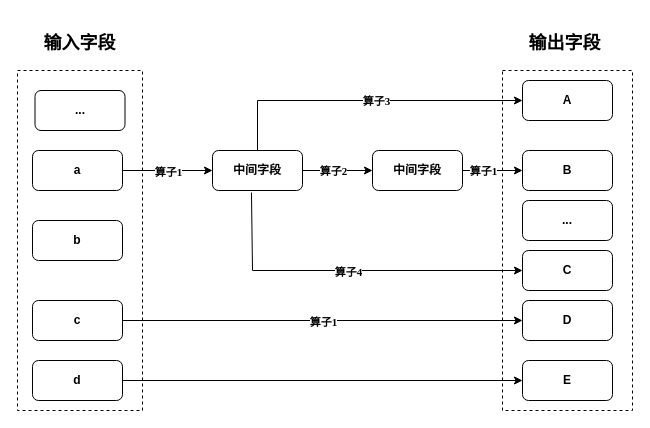
Before: 算子优化.drawio in mineminemine123/work-wiki, a draw.io diagram. Source tidied: cells renumbered, new cells numbered last; positions are measured from the earlier drawing's top-left corner, leaving out a move shared by most shapes. Both pictures are drawn from the tidied source at 100%, with x=0, y=0 at pixel (17, 30).
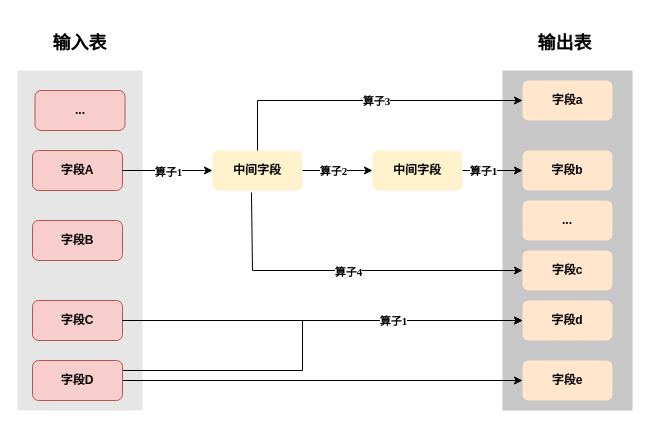
After the change.

Commit message:
更新算子优化.drawio

The change refers to these unchanged cells:
```xml
<mxCell id="26" style="endArrow=classic;html=1;rounded=0;fontFamily=Times New Roman;entryX=0;entryY=0.5;entryDx=0;entryDy=0;exitX=1;exitY=0.5;exitDx=0;exitDy=0;" parent="1" edge="1" source="12" target="8">
  <mxGeometry relative="1" as="geometry" />
</mxCell>
```

Change to the diagram source:
```diff
@@
-    <mxCell id="2" style="rounded=0;whiteSpace=wrap;html=1;fontFamily=Times New Roman;dashed=1;" parent="1" vertex="1">
+    <mxCell id="2" style="rounded=0;whiteSpace=wrap;html=1;fontFamily=Times New Roman;dashed=1;strokeColor=none;fillColor=#C7C7C7;" parent="1" vertex="1">
       <mxGeometry x="485" y="40" width="130" height="340" as="geometry" />
     </mxCell>
-    <mxCell id="3" style="rounded=0;whiteSpace=wrap;html=1;fontFamily=Times New Roman;dashed=1;" parent="1" vertex="1">
+    <mxCell id="3" style="rounded=0;whiteSpace=wrap;html=1;fontFamily=Times New Roman;dashed=1;strokeColor=none;fillColor=#E6E6E6;" parent="1" vertex="1">
       <mxGeometry y="40" width="125" height="340" as="geometry" />
     </mxCell>
-    <mxCell id="4" value="&lt;h4&gt;a&lt;/h4&gt;" style="rounded=1;whiteSpace=wrap;html=1;" parent="1" vertex="1">
+    <mxCell id="4" value="&lt;h4&gt;字段A&lt;/h4&gt;" style="rounded=1;whiteSpace=wrap;html=1;strokeColor=#b85450;fillColor=#f8cecc;" parent="1" vertex="1">
       <mxGeometry x="15" y="120" width="90" height="40" as="geometry" />
     </mxCell>
-    <mxCell id="5" value="&lt;h4&gt;中间字段&lt;/h4&gt;" style="rounded=1;whiteSpace=wrap;html=1;" parent="1" vertex="1">
+    <mxCell id="5" value="&lt;h4&gt;中间字段&lt;/h4&gt;" style="rounded=1;whiteSpace=wrap;html=1;strokeColor=none;fillColor=#fff2cc;" parent="1" vertex="1">
       <mxGeometry x="195" y="120" width="90" height="40" as="geometry" />
     </mxCell>
-    <mxCell id="6" value="&lt;h4&gt;B&lt;/h4&gt;" style="rounded=1;whiteSpace=wrap;html=1;" parent="1" vertex="1">
+    <mxCell id="6" value="&lt;h4&gt;字段b&lt;/h4&gt;" style="rounded=1;whiteSpace=wrap;html=1;fillColor=#ffe6cc;strokeColor=none;" parent="1" vertex="1">
       <mxGeometry x="505" y="120" width="90" height="40" as="geometry" />
     </mxCell>
-    <mxCell id="7" value="&lt;h4&gt;b&lt;/h4&gt;" style="rounded=1;whiteSpace=wrap;html=1;" parent="1" vertex="1">
+    <mxCell id="7" value="&lt;h4&gt;字段B&lt;/h4&gt;" style="rounded=1;whiteSpace=wrap;html=1;strokeColor=#b85450;fillColor=#f8cecc;" parent="1" vertex="1">
       <mxGeometry x="15" y="190" width="90" height="40" as="geometry" />
     </mxCell>
-    <mxCell id="8" value="&lt;h4&gt;D&lt;/h4&gt;" style="rounded=1;whiteSpace=wrap;html=1;" parent="1" vertex="1">
+    <mxCell id="8" value="&lt;h4&gt;字段d&lt;/h4&gt;" style="rounded=1;whiteSpace=wrap;html=1;fillColor=#ffe6cc;strokeColor=none;" parent="1" vertex="1">
       <mxGeometry x="505" y="270" width="90" height="40" as="geometry" />
     </mxCell>
-    <mxCell id="9" value="&lt;h4&gt;中间字段&lt;/h4&gt;" style="rounded=1;whiteSpace=wrap;html=1;" parent="1" vertex="1">
+    <mxCell id="9" value="&lt;h4&gt;中间字段&lt;/h4&gt;" style="rounded=1;whiteSpace=wrap;html=1;strokeColor=none;fillColor=#fff2cc;" parent="1" vertex="1">
       <mxGeometry x="355" y="120" width="90" height="40" as="geometry" />
     </mxCell>
-    <mxCell id="10" value="&lt;h4&gt;A&lt;/h4&gt;" style="rounded=1;whiteSpace=wrap;html=1;" parent="1" vertex="1">
+    <mxCell id="10" value="&lt;h4&gt;字段a&lt;/h4&gt;" style="rounded=1;whiteSpace=wrap;html=1;fillColor=#ffe6cc;strokeColor=none;" parent="1" vertex="1">
       <mxGeometry x="505" y="50" width="90" height="40" as="geometry" />
     </mxCell>
-    <mxCell id="11" value="&lt;h4&gt;C&lt;/h4&gt;" style="rounded=1;whiteSpace=wrap;html=1;" parent="1" vertex="1">
+    <mxCell id="11" value="&lt;h4&gt;字段c&lt;/h4&gt;" style="rounded=1;whiteSpace=wrap;html=1;fillColor=#ffe6cc;strokeColor=none;" parent="1" vertex="1">
       <mxGeometry x="505" y="220" width="90" height="40" as="geometry" />
     </mxCell>
-    <mxCell id="12" value="&lt;h4&gt;c&lt;/h4&gt;" style="rounded=1;whiteSpace=wrap;html=1;" parent="1" vertex="1">
+    <mxCell id="12" value="&lt;h4&gt;字段C&lt;/h4&gt;" style="rounded=1;whiteSpace=wrap;html=1;strokeColor=#b85450;fillColor=#f8cecc;" parent="1" vertex="1">
       <mxGeometry x="15" y="270" width="90" height="40" as="geometry" />
     </mxCell>
-    <mxCell id="13" value="&lt;h2&gt;输入字段&lt;/h2&gt;" style="text;html=1;strokeColor=none;fillColor=none;align=center;verticalAlign=middle;whiteSpace=wrap;rounded=0;fontFamily=Times New Roman;" parent="1" vertex="1">
+    <mxCell id="13" value="&lt;h2&gt;输入表&lt;/h2&gt;" style="text;html=1;strokeColor=none;fillColor=none;align=center;verticalAlign=middle;whiteSpace=wrap;rounded=0;fontFamily=Times New Roman;" parent="1" vertex="1">
       <mxGeometry x="20" width="85" height="25" as="geometry" />
     </mxCell>
-    <mxCell id="14" value="&lt;h2&gt;输出字段&lt;/h2&gt;" style="text;html=1;strokeColor=none;fillColor=none;align=center;verticalAlign=middle;whiteSpace=wrap;rounded=0;fontFamily=Times New Roman;" parent="1" vertex="1">
+    <mxCell id="14" value="&lt;h2&gt;输出表&lt;/h2&gt;" style="text;html=1;strokeColor=none;fillColor=none;align=center;verticalAlign=middle;whiteSpace=wrap;rounded=0;fontFamily=Times New Roman;" parent="1" vertex="1">
       <mxGeometry x="505" width="85" height="25" as="geometry" />
     </mxCell>
-    <mxCell id="15" value="&lt;h4&gt;E&lt;/h4&gt;" style="rounded=1;whiteSpace=wrap;html=1;" parent="1" vertex="1">
+    <mxCell id="15" value="&lt;h4&gt;字段e&lt;/h4&gt;" style="rounded=1;whiteSpace=wrap;html=1;fillColor=#ffe6cc;strokeColor=none;" parent="1" vertex="1">
       <mxGeometry x="505" y="330" width="90" height="40" as="geometry" />
     </mxCell>
@@
+    <mxCell id="32" style="edgeStyle=orthogonalEdgeStyle;rounded=0;jettySize=auto;html=1;exitX=1;exitY=0.25;exitDx=0;exitDy=0;entryX=0;entryY=0.5;entryDx=0;entryDy=0;fontFamily=Times New Roman;" parent="1" edge="1" source="17" target="8">
+      <mxGeometry relative="1" as="geometry">
+        <Array as="points">
+          <mxPoint x="285" y="340" />
+          <mxPoint x="285" y="290" />
+        </Array>
+      </mxGeometry>
+    </mxCell>
-    <mxCell id="17" value="&lt;h4&gt;d&lt;/h4&gt;" style="rounded=1;whiteSpace=wrap;html=1;" parent="1" vertex="1">
+    <mxCell id="17" value="&lt;h4&gt;字段D&lt;/h4&gt;" style="rounded=1;whiteSpace=wrap;html=1;strokeColor=#b85450;fillColor=#f8cecc;" parent="1" vertex="1">
       <mxGeometry x="15" y="330" width="90" height="40" as="geometry" />
     </mxCell>
@@
     <mxCell id="27" value="算子1" style="edgeLabel;html=1;align=center;verticalAlign=middle;fontFamily=Times New Roman;dashed=1;fontStyle=1;" parent="26" vertex="1">
       <mxGeometry relative="1" as="geometry">
-        <mxPoint y="1" as="offset" />
+        <mxPoint x="70" as="offset" />
       </mxGeometry>
     </mxCell>
@@
-    <mxCell id="30" value="&lt;h4&gt;...&lt;/h4&gt;" style="rounded=1;whiteSpace=wrap;html=1;" parent="1" vertex="1">
+    <mxCell id="30" value="&lt;h4&gt;...&lt;/h4&gt;" style="rounded=1;whiteSpace=wrap;html=1;strokeColor=#b85450;fillColor=#f8cecc;" parent="1" vertex="1">
       <mxGeometry x="17.5" y="60" width="90" height="40" as="geometry" />
     </mxCell>
-    <mxCell id="31" value="&lt;h4&gt;...&lt;/h4&gt;" style="rounded=1;whiteSpace=wrap;html=1;" parent="1" vertex="1">
+    <mxCell id="31" value="&lt;h4&gt;...&lt;/h4&gt;" style="rounded=1;whiteSpace=wrap;html=1;fillColor=#ffe6cc;strokeColor=none;" parent="1" vertex="1">
       <mxGeometry x="505" y="170" width="90" height="40" as="geometry" />
     </mxCell>
```
